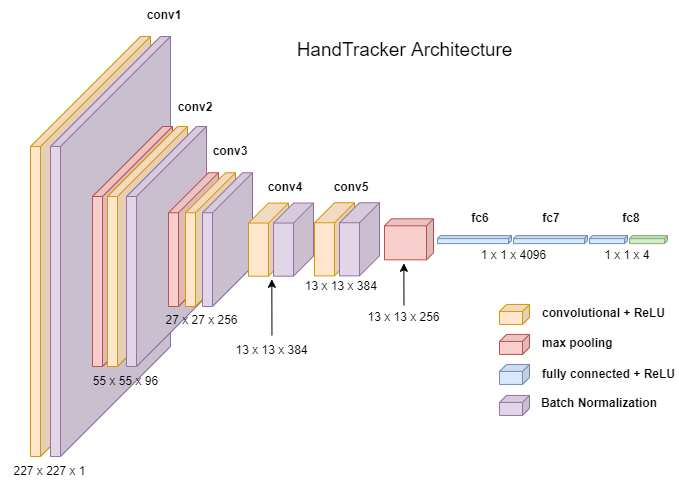
Above: images/HandTracker.png in omarzanji/gesture-recognition (draw.io), before the change. Source tidied: cells renumbered, new cells last; positions are measured from the earlier drawing's top-left corner, leaving out a move shared by most shapes.
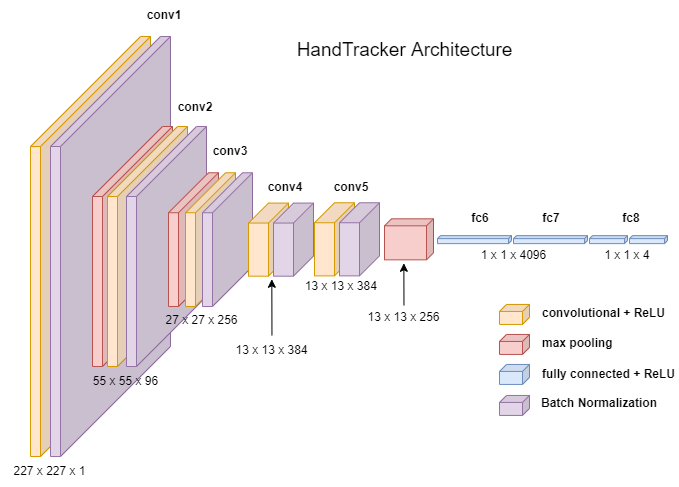
The same diagram one commit later.

Commit message:
added new model arch for lightweight applications

The edit, as a diff of the source:
```diff
@@ -53,7 +53,7 @@
     <mxCell id="18" style="shape=cube;whiteSpace=wrap;html=1;boundedLbl=1;backgroundOutline=1;darkOpacity=0.05;darkOpacity2=0.1;size=7;direction=east;flipH=1;fillColor=#dae8fc;strokeColor=#6c8ebf;" parent="1" vertex="1">
       <mxGeometry x="499" y="363.9" width="30" height="20" as="geometry" />
     </mxCell>
-    <mxCell id="19" style="shape=cube;whiteSpace=wrap;html=1;boundedLbl=1;backgroundOutline=1;darkOpacity=0.05;darkOpacity2=0.1;size=3;direction=east;flipH=1;fillColor=#d5e8d4;strokeColor=#82b366;" parent="1" vertex="1">
+    <mxCell id="19" style="shape=cube;whiteSpace=wrap;html=1;boundedLbl=1;backgroundOutline=1;darkOpacity=0.05;darkOpacity2=0.1;size=3;direction=east;flipH=1;fillColor=#dae8fc;strokeColor=#6c8ebf;" parent="1" vertex="1">
       <mxGeometry x="629" y="235.1" width="38" height="8" as="geometry" />
     </mxCell>
     <mxCell id="20" value="&lt;b&gt;conv1&lt;/b&gt;" style="text;html=1;strokeColor=none;fillColor=none;align=center;verticalAlign=middle;whiteSpace=wrap;rounded=0;" parent="1" vertex="1">
```
